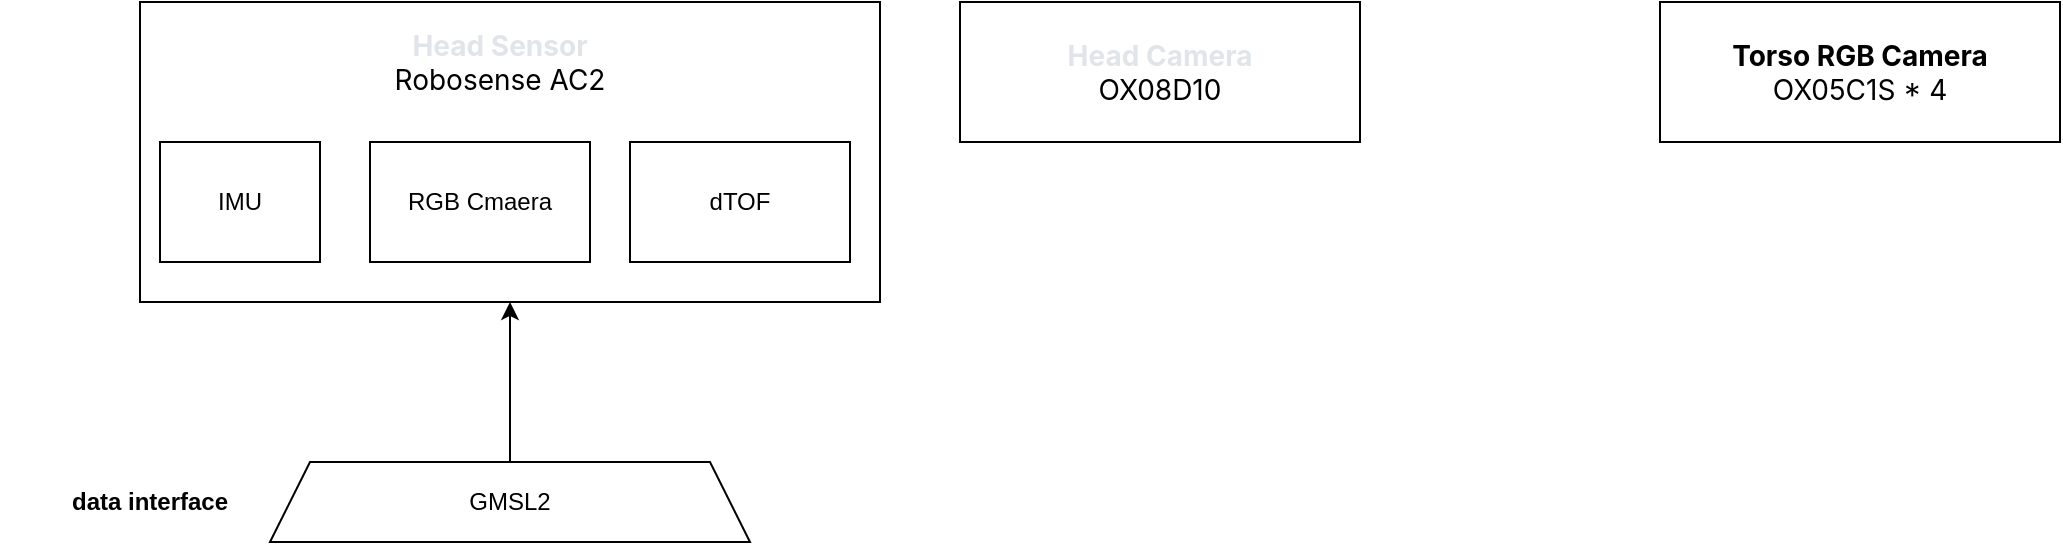
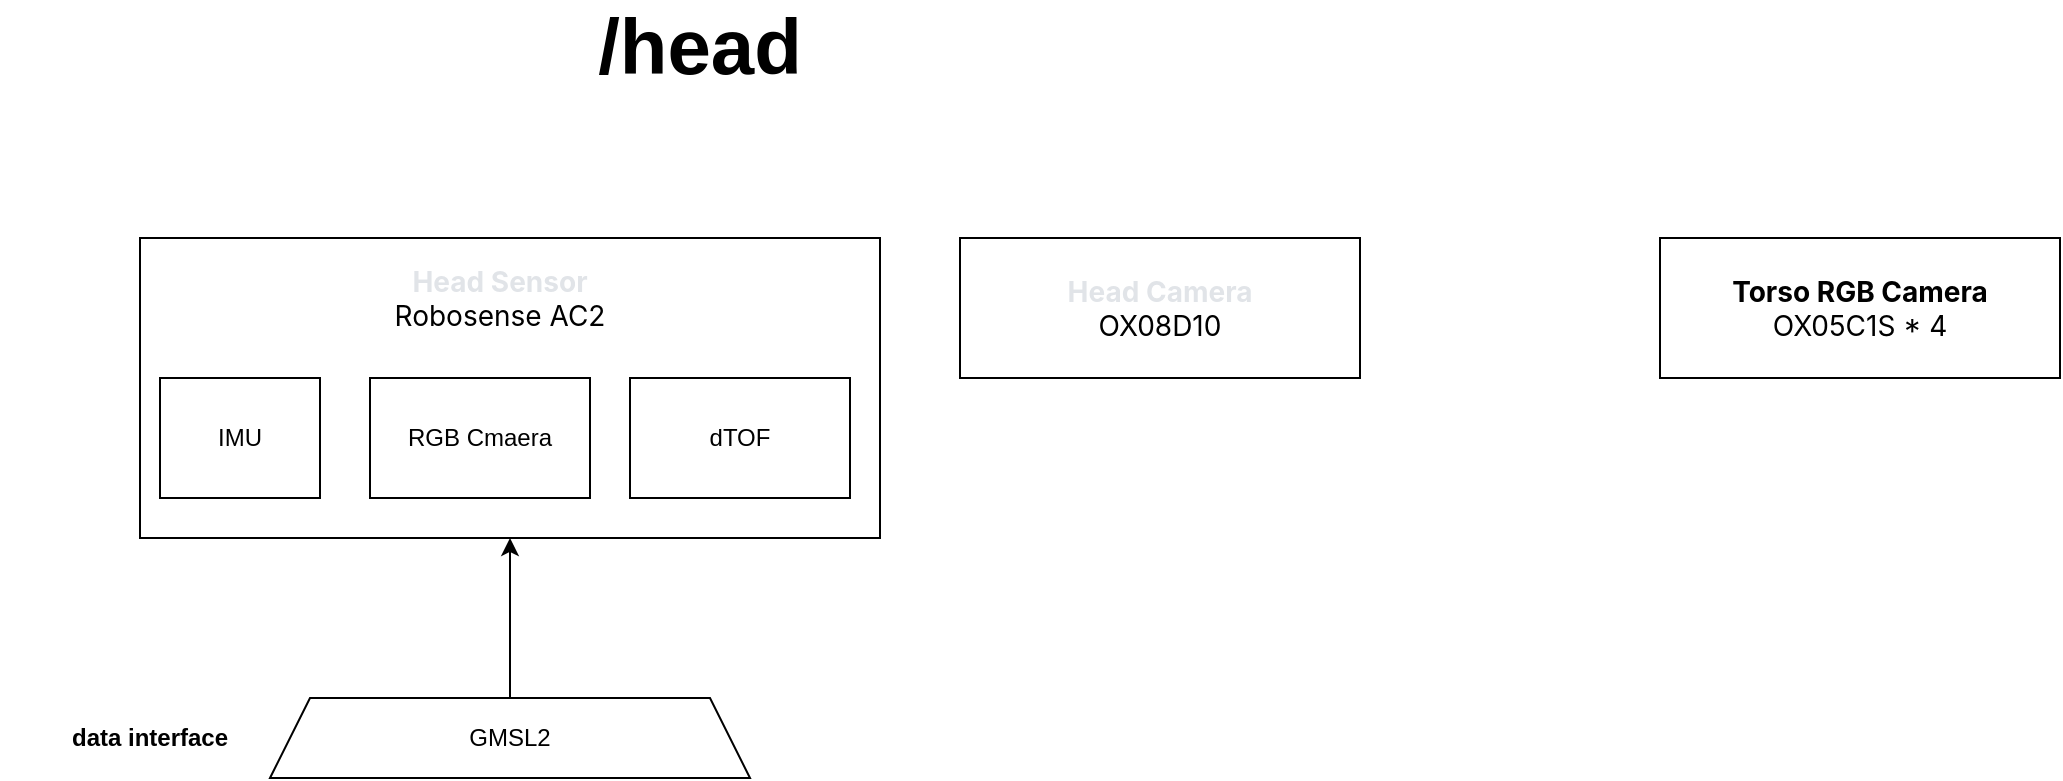
<mxfile host="app.diagrams.net">
  <diagram name="传感器整理" id="LXRXHt9DRMbfsnbOX2XS">
    <mxGraphModel dx="1947" dy="734" grid="1" gridSize="10" guides="1" tooltips="1" connect="1" arrows="1" fold="1" page="1" pageScale="1" pageWidth="827" pageHeight="1169" math="0" shadow="0">
      <root>
        <mxCell id="0" />
        <mxCell id="1" parent="0" />
        <mxCell id="if_Ictj8y_H9tt94Ulmm-2" parent="1" style="rounded=0;whiteSpace=wrap;html=1;" value="" vertex="1">
          <mxGeometry height="150" width="370" x="-610" y="210" as="geometry" />
        </mxCell>
        <mxCell id="if_Ictj8y_H9tt94Ulmm-3" parent="1" style="rounded=0;whiteSpace=wrap;html=1;align=center;" value="&lt;div style=&quot;&quot;&gt;&lt;span style=&quot;font-family: -apple-system, BlinkMacSystemFont, &amp;quot;Segoe WPC&amp;quot;, &amp;quot;Segoe UI&amp;quot;, system-ui, Ubuntu, &amp;quot;Droid Sans&amp;quot;, sans-serif; font-size: 14px;&quot;&gt;&lt;b&gt;Torso RGB Camera&lt;/b&gt;&lt;/span&gt;&lt;span style=&quot;background-color: transparent; color: light-dark(rgb(0, 0, 0), rgb(255, 255, 255)); font-size: 14px;&quot;&gt;&lt;font face=&quot;-apple-system, BlinkMacSystemFont, Segoe WPC, Segoe UI, system-ui, Ubuntu, Droid Sans, sans-serif&quot;&gt;&lt;/font&gt;&lt;/span&gt;&lt;/div&gt;&lt;div style=&quot;&quot;&gt;&lt;span style=&quot;background-color: transparent; color: light-dark(rgb(0, 0, 0), rgb(255, 255, 255)); font-size: 14px;&quot;&gt;&lt;font face=&quot;-apple-system, BlinkMacSystemFont, Segoe WPC, Segoe UI, system-ui, Ubuntu, Droid Sans, sans-serif&quot;&gt;OX05C1S * 4&lt;/font&gt;&lt;/span&gt;&lt;/div&gt;" vertex="1">
          <mxGeometry height="70" width="200" x="150" y="210" as="geometry" />
        </mxCell>
        <mxCell id="0J0jtPP8bCpQZUBdG7A1-1" parent="1" style="rounded=0;whiteSpace=wrap;html=1;" value="&lt;div&gt;&lt;span style=&quot;font-family: -apple-system, BlinkMacSystemFont, &amp;quot;Segoe WPC&amp;quot;, &amp;quot;Segoe UI&amp;quot;, system-ui, Ubuntu, &amp;quot;Droid Sans&amp;quot;, sans-serif; font-size: 14px; text-align: start;&quot;&gt;&lt;font style=&quot;color: light-dark(rgb(225, 228, 232), rgb(255, 255, 255));&quot;&gt;&lt;b&gt;Head Camera&lt;/b&gt;&lt;/font&gt;&lt;/span&gt;&lt;/div&gt;&lt;div&gt;&lt;span style=&quot;font-family: -apple-system, BlinkMacSystemFont, &amp;quot;Segoe WPC&amp;quot;, &amp;quot;Segoe UI&amp;quot;, system-ui, Ubuntu, &amp;quot;Droid Sans&amp;quot;, sans-serif; font-size: 14px; text-align: start;&quot;&gt;OX08D10&lt;/span&gt;&lt;/div&gt;" vertex="1">
          <mxGeometry height="70" width="200" x="-200" y="210" as="geometry" />
        </mxCell>
        <mxCell id="0J0jtPP8bCpQZUBdG7A1-2" parent="1" style="rounded=0;whiteSpace=wrap;html=1;" value="IMU" vertex="1">
          <mxGeometry height="60" width="80" x="-600" y="280" as="geometry" />
        </mxCell>
        <mxCell id="0J0jtPP8bCpQZUBdG7A1-6" parent="1" style="rounded=0;whiteSpace=wrap;html=1;" value="RGB Cmaera" vertex="1">
          <mxGeometry height="60" width="110" x="-495" y="280" as="geometry" />
        </mxCell>
        <mxCell id="0J0jtPP8bCpQZUBdG7A1-8" parent="1" style="rounded=0;whiteSpace=wrap;html=1;" value="dTOF" vertex="1">
          <mxGeometry height="60" width="110" x="-365" y="280" as="geometry" />
        </mxCell>
        <mxCell id="0J0jtPP8bCpQZUBdG7A1-10" parent="1" style="text;html=1;whiteSpace=wrap;strokeColor=none;fillColor=none;align=center;verticalAlign=middle;rounded=0;" value="&lt;div&gt;&lt;span style=&quot;font-family: -apple-system, BlinkMacSystemFont, &amp;quot;Segoe WPC&amp;quot;, &amp;quot;Segoe UI&amp;quot;, system-ui, Ubuntu, &amp;quot;Droid Sans&amp;quot;, sans-serif; font-size: 14px; text-align: start;&quot;&gt;&lt;font style=&quot;color: light-dark(rgb(225, 228, 232), rgb(255, 255, 255));&quot;&gt;&lt;b&gt;Head Sensor&lt;/b&gt;&lt;/font&gt;&lt;/span&gt;&lt;/div&gt;&lt;div&gt;&lt;span style=&quot;font-family: -apple-system, BlinkMacSystemFont, &amp;quot;Segoe WPC&amp;quot;, &amp;quot;Segoe UI&amp;quot;, system-ui, Ubuntu, &amp;quot;Droid Sans&amp;quot;, sans-serif; font-size: 14px; text-align: start;&quot;&gt;Robosense AC2&lt;/span&gt;&lt;/div&gt;" vertex="1">
          <mxGeometry height="60" width="130" x="-495" y="210" as="geometry" />
        </mxCell>
        <mxCell id="0J0jtPP8bCpQZUBdG7A1-12" edge="1" parent="1" source="0J0jtPP8bCpQZUBdG7A1-11" style="edgeStyle=orthogonalEdgeStyle;rounded=0;orthogonalLoop=1;jettySize=auto;html=1;exitX=0.5;exitY=0;exitDx=0;exitDy=0;entryX=0.5;entryY=1;entryDx=0;entryDy=0;" target="if_Ictj8y_H9tt94Ulmm-2">
          <mxGeometry relative="1" as="geometry" />
        </mxCell>
        <mxCell id="0J0jtPP8bCpQZUBdG7A1-11" parent="1" style="shape=trapezoid;perimeter=trapezoidPerimeter;whiteSpace=wrap;html=1;fixedSize=1;" value="GMSL2" vertex="1">
          <mxGeometry height="40" width="240" x="-545" y="440" as="geometry" />
        </mxCell>
        <mxCell id="0J0jtPP8bCpQZUBdG7A1-13" parent="1" style="text;html=1;whiteSpace=wrap;strokeColor=none;fillColor=none;align=center;verticalAlign=middle;rounded=0;" value="&lt;b&gt;data interface&lt;/b&gt;" vertex="1">
          <mxGeometry height="40" width="150" x="-680" y="440" as="geometry" />
        </mxCell>
+         <mxCell id="0J0jtPP8bCpQZUBdG7A1-14" parent="1" style="text;html=1;whiteSpace=wrap;strokeColor=none;fillColor=none;align=center;verticalAlign=middle;rounded=0;fontSize=39;" value="&lt;b&gt;/head&lt;/b&gt;" vertex="1">
+           <mxGeometry height="30" width="60" x="-360" y="100" as="geometry" />
+         </mxCell>
      </root>
    </mxGraphModel>
  </diagram>
</mxfile>
